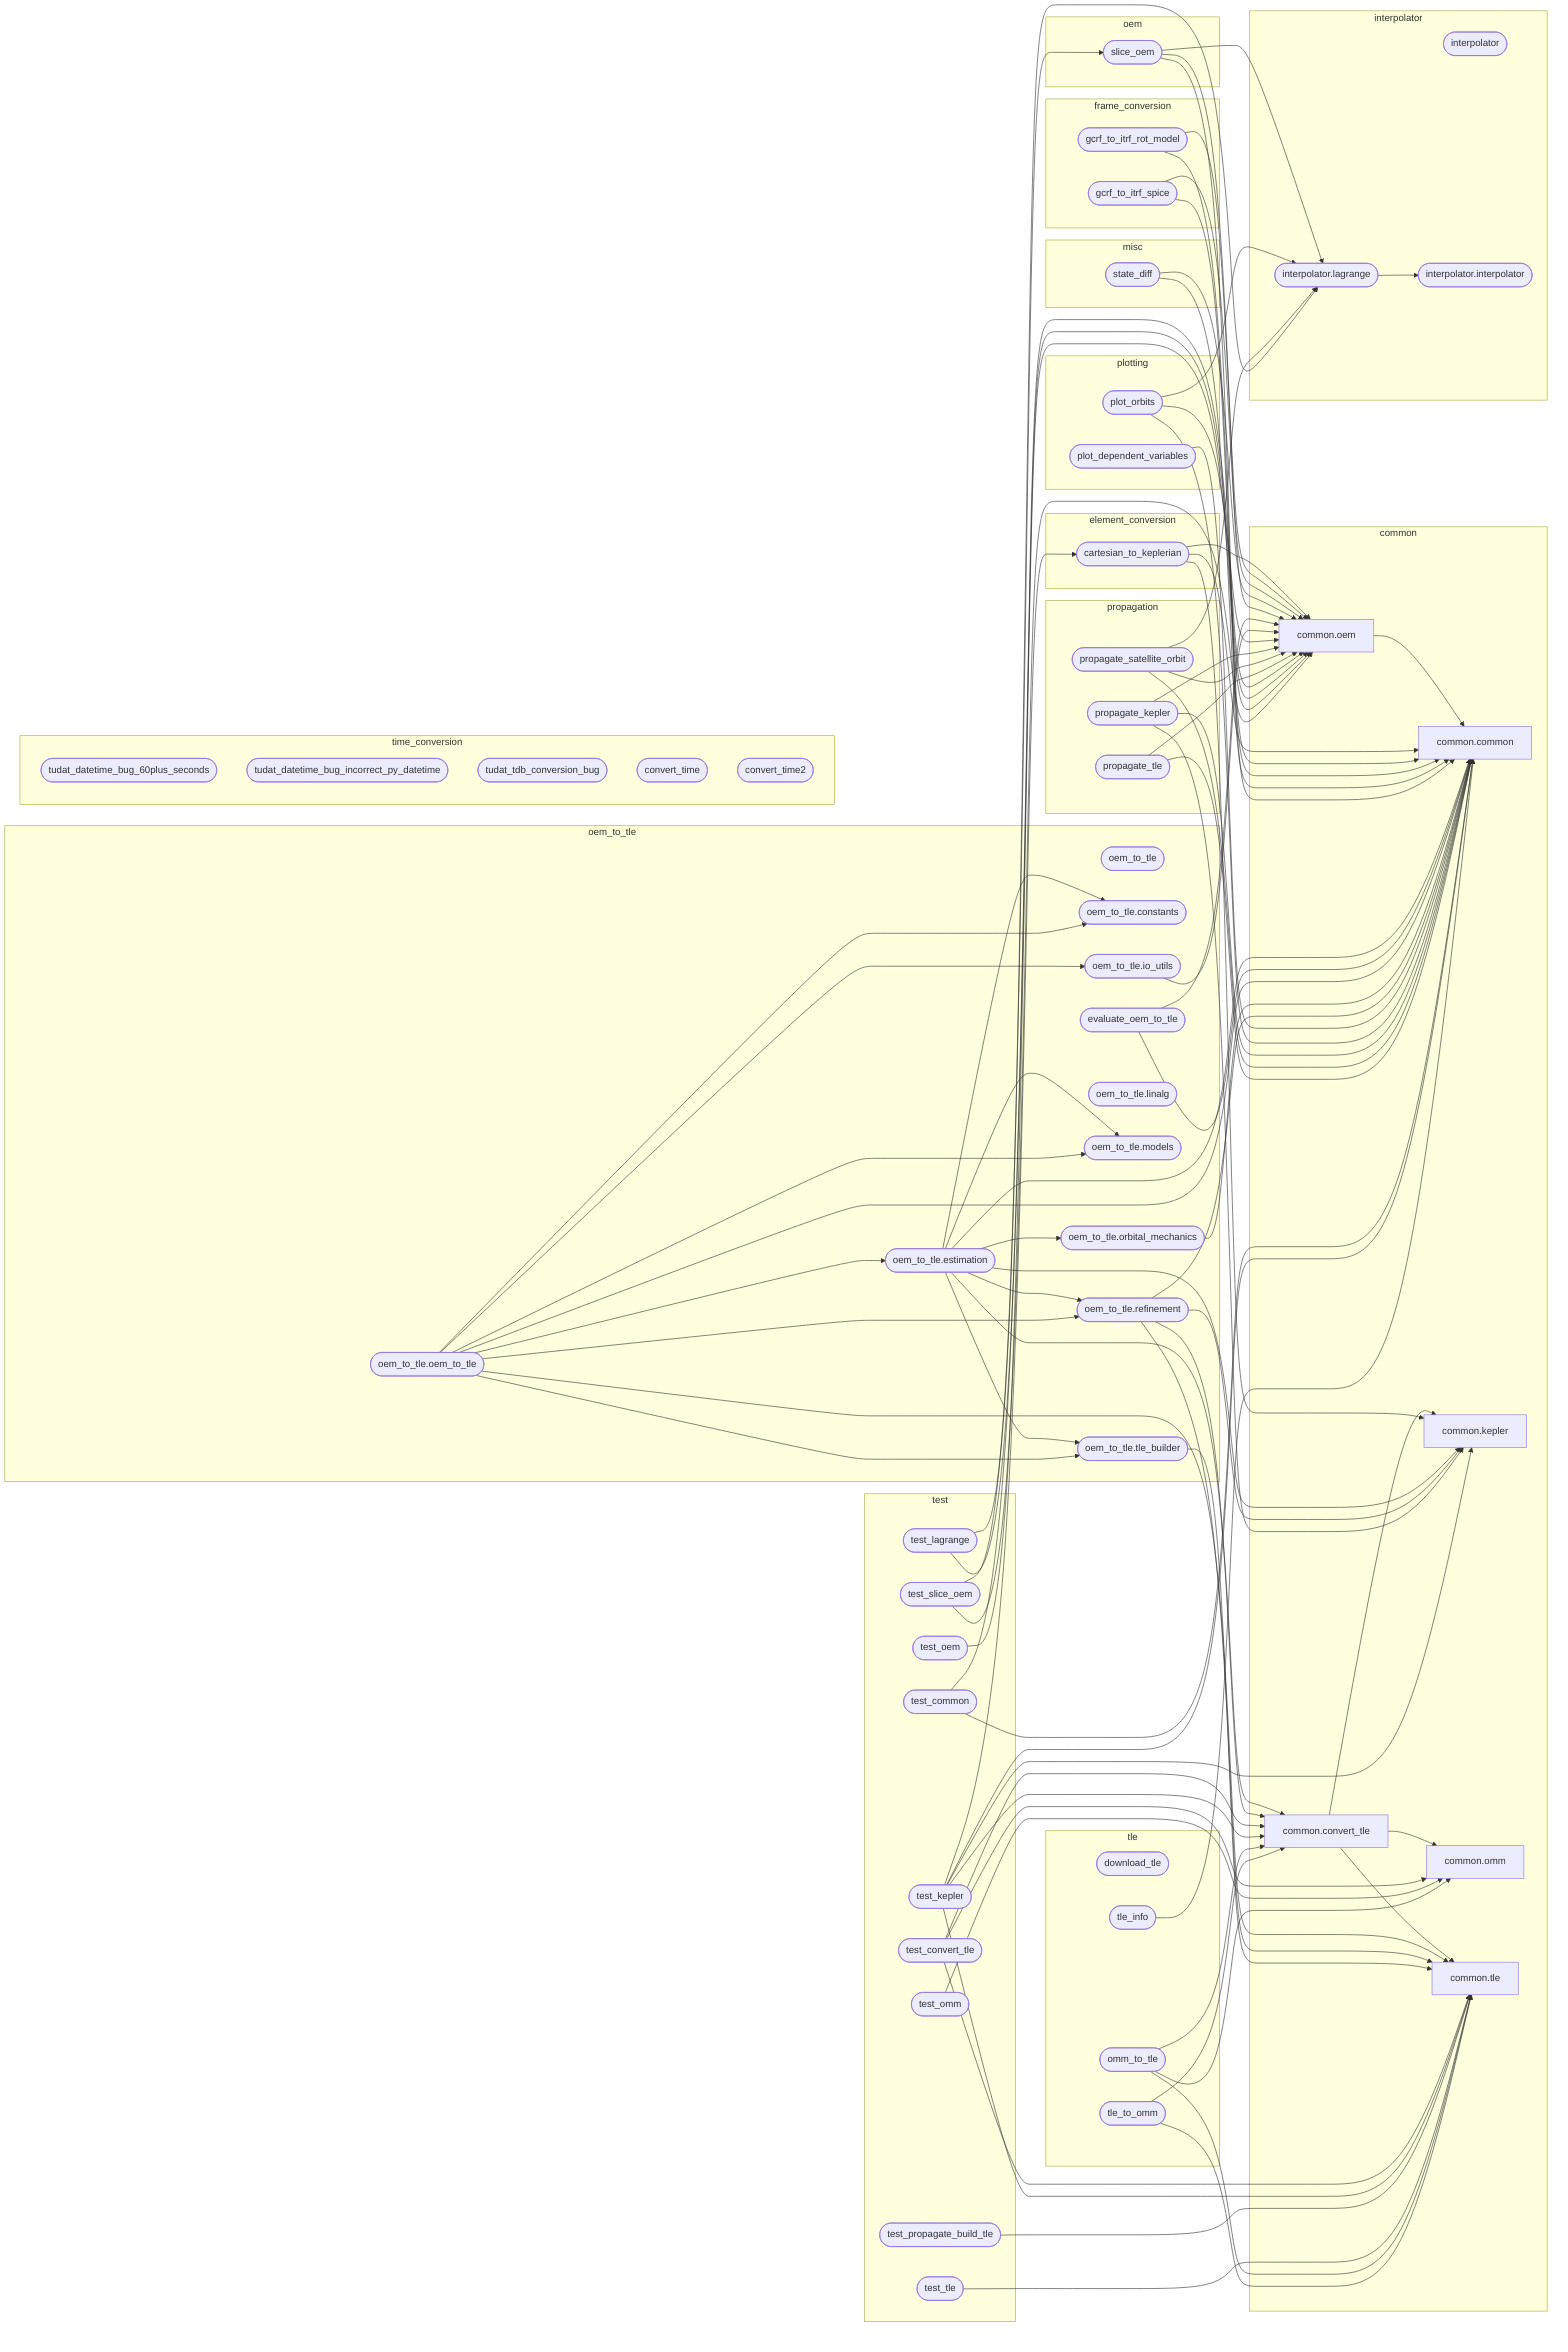
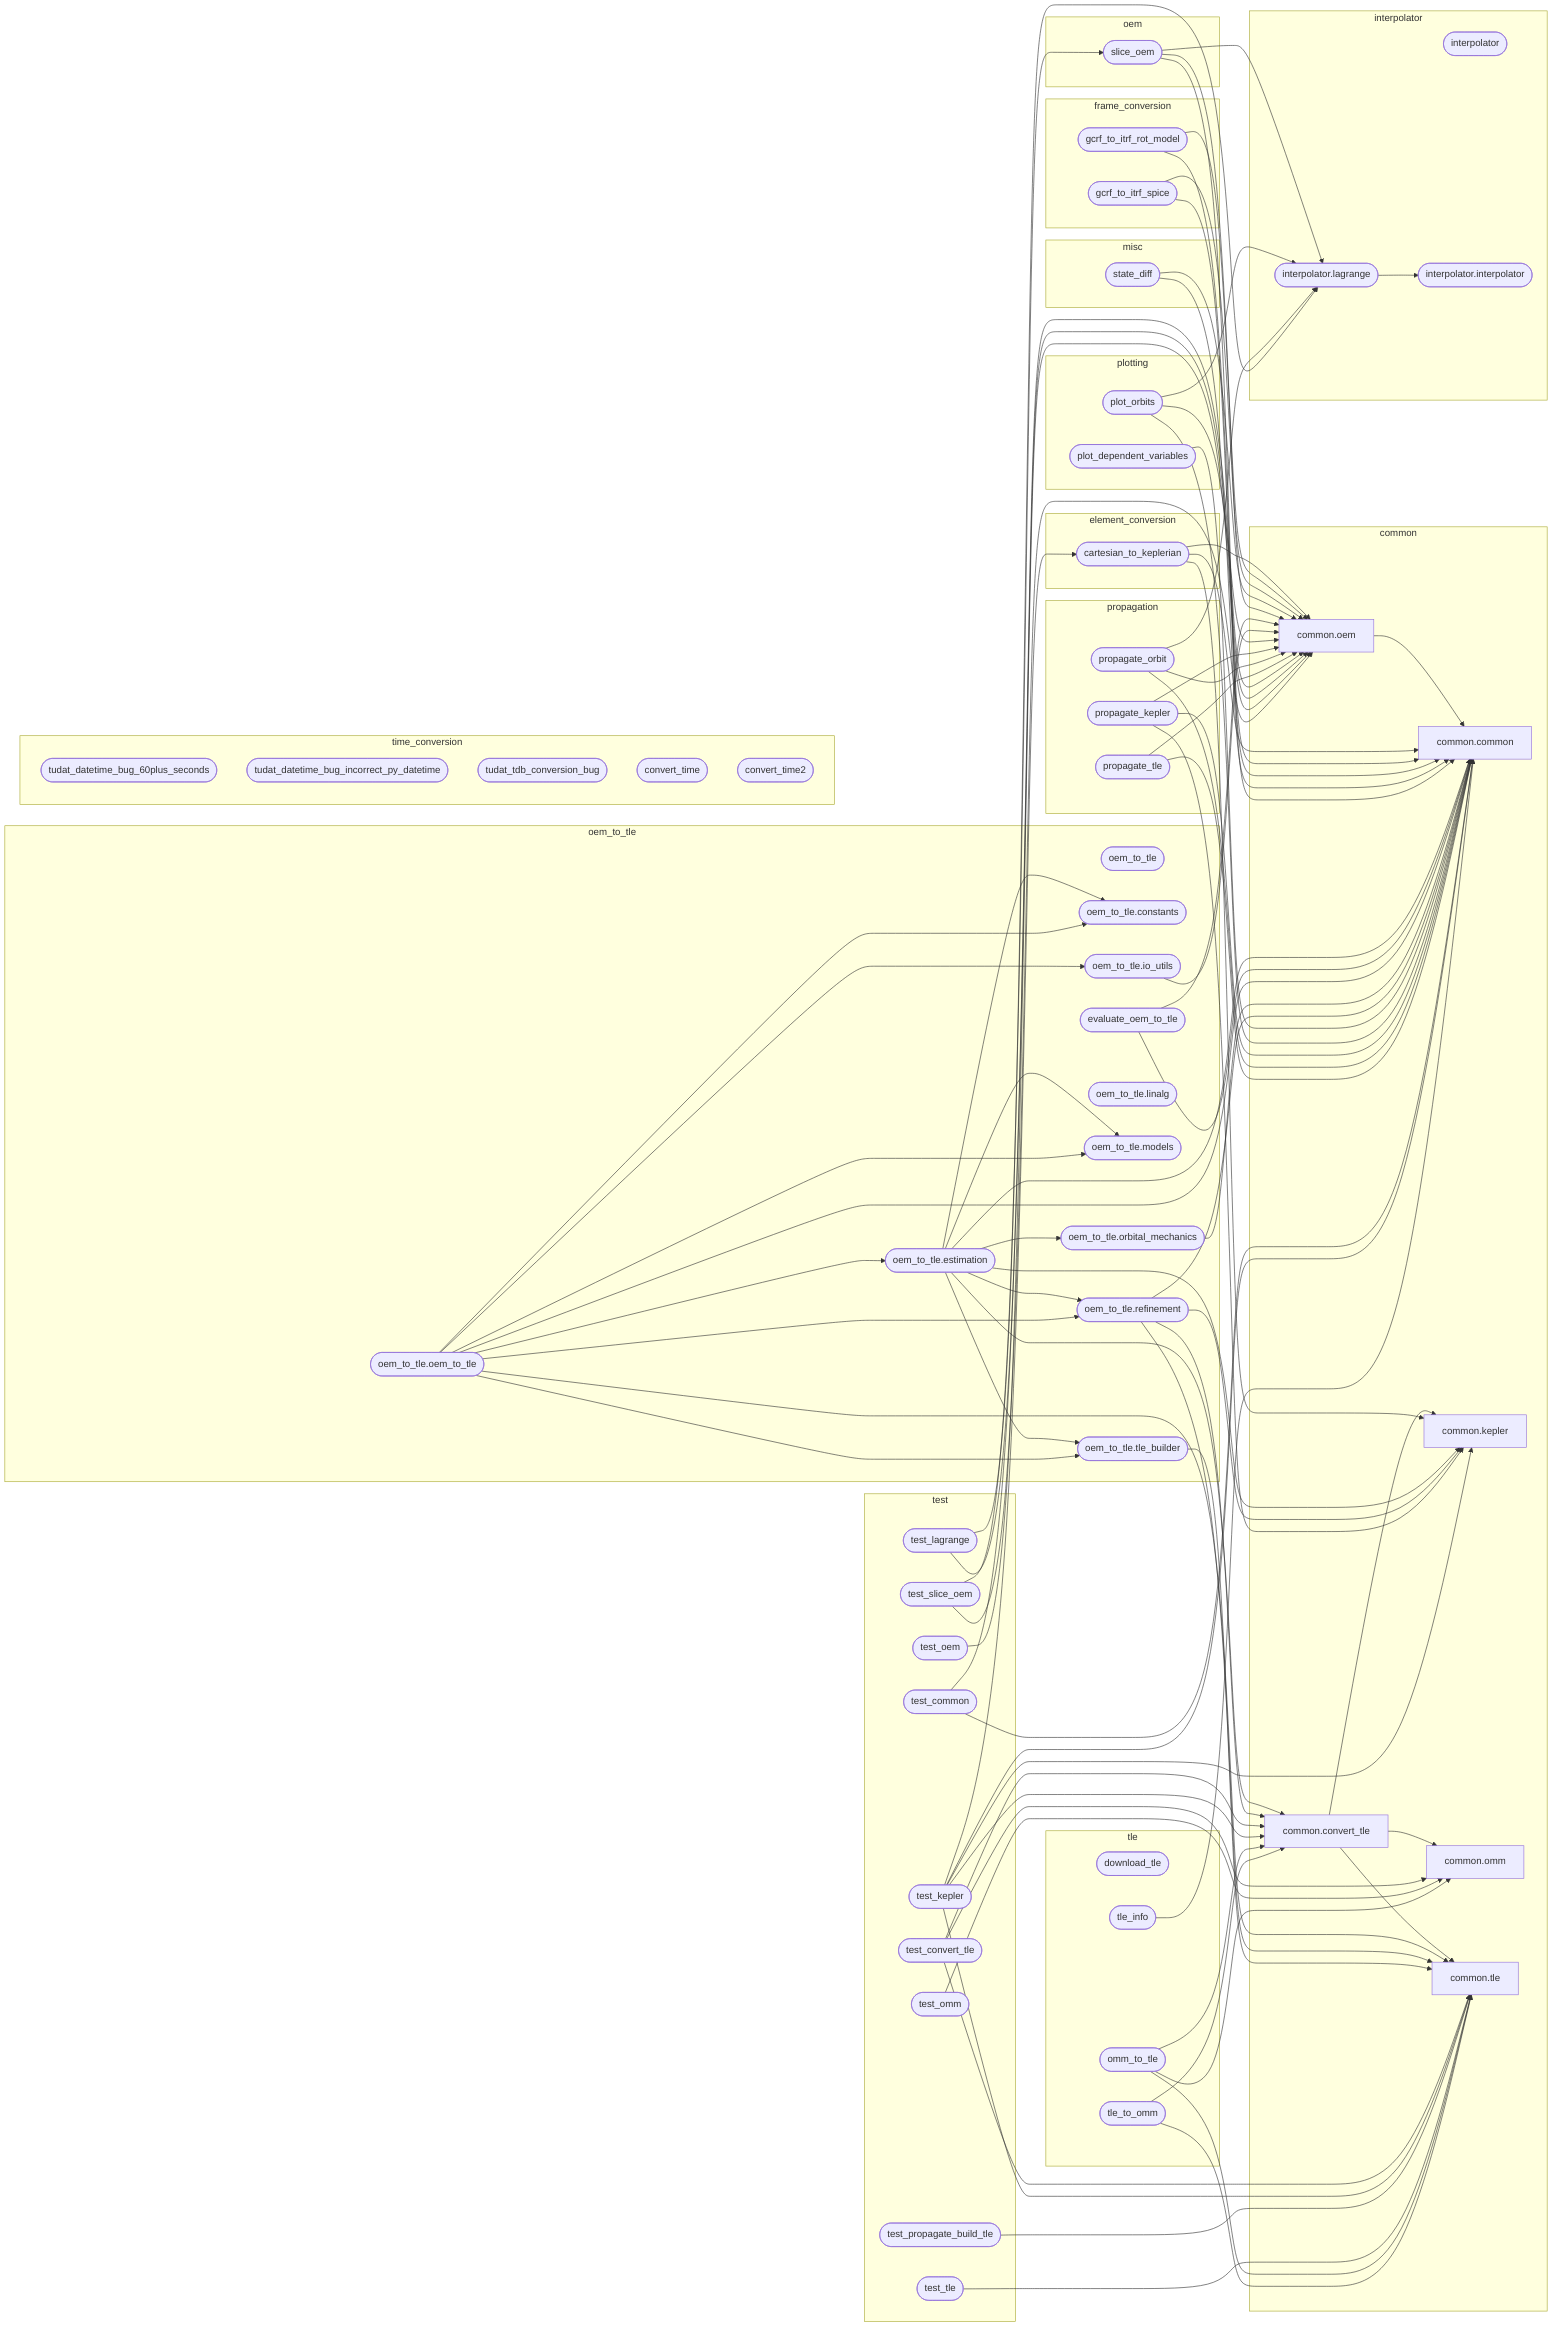
---
config:
  flowchart:
    curve: basis
---
graph LR

%% Internal Python module dependencies
%% Standalone scripts use stadium shape ([...])
%% Library modules use default rectangle shape [...]

    subgraph common
        mod_common_common[common.common]
        mod_common_convert_tle[common.convert_tle]
        mod_common_kepler[common.kepler]
        mod_common_oem[common.oem]
        mod_common_omm[common.omm]
        mod_common_tle[common.tle]
    end

    subgraph element_conversion
        mod_element_conversion_cartesian_to_keplerian([cartesian_to_keplerian])
    end

    subgraph frame_conversion
        mod_frame_conversion_gcrf_to_itrf_rot_model([gcrf_to_itrf_rot_model])
        mod_frame_conversion_gcrf_to_itrf_spice([gcrf_to_itrf_spice])
    end

    subgraph interpolator
        mod_interpolator_package([interpolator])
        mod_interpolator_interpolator([interpolator.interpolator])
        mod_interpolator_lagrange([interpolator.lagrange])
    end

    subgraph misc
        mod_misc_state_diff([state_diff])
    end

    subgraph oem
        mod_oem_slice_oem([slice_oem])
    end

    subgraph oem_to_tle
        mod_oem_to_tle_package([oem_to_tle])
        mod_oem_to_tle_constants([oem_to_tle.constants])
        mod_oem_to_tle_estimation([oem_to_tle.estimation])
        mod_oem_to_tle_evaluate_oem_to_tle([evaluate_oem_to_tle])
        mod_oem_to_tle_io_utils([oem_to_tle.io_utils])
        mod_oem_to_tle_linalg([oem_to_tle.linalg])
        mod_oem_to_tle_models([oem_to_tle.models])
        mod_oem_to_tle_oem_to_tle([oem_to_tle.oem_to_tle])
        mod_oem_to_tle_orbital_mechanics([oem_to_tle.orbital_mechanics])
        mod_oem_to_tle_refinement([oem_to_tle.refinement])
        mod_oem_to_tle_tle_builder([oem_to_tle.tle_builder])
    end

    subgraph plotting
        mod_plotting_plot_dependent_variables([plot_dependent_variables])
        mod_plotting_plot_orbits([plot_orbits])
    end

    subgraph propagation
        mod_propagation_propagate_kepler([propagate_kepler])
-         mod_propagation_propagate_satellite_orbit([propagate_satellite_orbit])
+         mod_propagation_propagate_satellite_orbit([propagate_orbit])
        mod_propagation_propagate_tle([propagate_tle])
    end

    subgraph test
        mod_test_test_common([test_common])
        mod_test_test_convert_tle([test_convert_tle])
        mod_test_test_kepler([test_kepler])
        mod_test_test_lagrange([test_lagrange])
        mod_test_test_oem([test_oem])
        mod_test_test_omm([test_omm])
        mod_test_test_propagate_build_tle([test_propagate_build_tle])
        mod_test_test_slice_oem([test_slice_oem])
        mod_test_test_tle([test_tle])
    end

    subgraph time_conversion
        mod_time_conversion_old_tudat_datetime_bug_60plus_seconds([tudat_datetime_bug_60plus_seconds])
        mod_time_conversion_old_tudat_datetime_bug_incorrect_py_datetime([tudat_datetime_bug_incorrect_py_datetime])
        mod_time_conversion_old_tudat_tdb_conversion_bug([tudat_tdb_conversion_bug])
        mod_time_conversion_tools_convert_time([convert_time])
        mod_time_conversion_tools_convert_time2([convert_time2])
    end

    subgraph tle
        mod_tle_download_tle([download_tle])
        mod_tle_omm_to_tle([omm_to_tle])
        mod_tle_tle_info([tle_info])
        mod_tle_tle_to_omm([tle_to_omm])
    end

    %% Edges
    mod_common_convert_tle --> mod_common_kepler
    mod_common_convert_tle --> mod_common_omm
    mod_common_convert_tle --> mod_common_tle
    mod_common_oem --> mod_common_common
    mod_element_conversion_cartesian_to_keplerian --> mod_common_common
    mod_element_conversion_cartesian_to_keplerian --> mod_common_kepler
    mod_element_conversion_cartesian_to_keplerian --> mod_common_oem
    mod_frame_conversion_gcrf_to_itrf_rot_model --> mod_common_common
    mod_frame_conversion_gcrf_to_itrf_rot_model --> mod_common_oem
    mod_frame_conversion_gcrf_to_itrf_spice --> mod_common_common
    mod_frame_conversion_gcrf_to_itrf_spice --> mod_common_oem
    mod_interpolator_lagrange --> mod_interpolator_interpolator
    mod_misc_state_diff --> mod_common_common
    mod_misc_state_diff --> mod_common_oem
    mod_oem_slice_oem --> mod_common_common
    mod_oem_slice_oem --> mod_common_oem
    mod_oem_slice_oem --> mod_interpolator_lagrange
    mod_oem_to_tle_estimation --> mod_common_common
    mod_oem_to_tle_estimation --> mod_common_convert_tle
    mod_oem_to_tle_estimation --> mod_common_kepler
    mod_oem_to_tle_estimation --> mod_oem_to_tle_constants
    mod_oem_to_tle_estimation --> mod_oem_to_tle_models
    mod_oem_to_tle_estimation --> mod_oem_to_tle_orbital_mechanics
    mod_oem_to_tle_estimation --> mod_oem_to_tle_refinement
    mod_oem_to_tle_estimation --> mod_oem_to_tle_tle_builder
    mod_oem_to_tle_evaluate_oem_to_tle --> mod_common_common
    mod_oem_to_tle_evaluate_oem_to_tle --> mod_common_oem
    mod_oem_to_tle_io_utils --> mod_common_oem
    mod_oem_to_tle_oem_to_tle --> mod_common_common
    mod_oem_to_tle_oem_to_tle --> mod_common_tle
    mod_oem_to_tle_oem_to_tle --> mod_oem_to_tle_constants
    mod_oem_to_tle_oem_to_tle --> mod_oem_to_tle_estimation
    mod_oem_to_tle_oem_to_tle --> mod_oem_to_tle_io_utils
    mod_oem_to_tle_oem_to_tle --> mod_oem_to_tle_models
    mod_oem_to_tle_oem_to_tle --> mod_oem_to_tle_refinement
    mod_oem_to_tle_oem_to_tle --> mod_oem_to_tle_tle_builder
    mod_oem_to_tle_orbital_mechanics --> mod_common_common
    mod_oem_to_tle_refinement --> mod_common_common
    mod_oem_to_tle_refinement --> mod_common_convert_tle
    mod_oem_to_tle_refinement --> mod_common_kepler
    mod_oem_to_tle_refinement --> mod_common_tle
    mod_oem_to_tle_tle_builder --> mod_common_tle
    mod_plotting_plot_dependent_variables --> mod_common_common
    mod_plotting_plot_orbits --> mod_common_common
    mod_plotting_plot_orbits --> mod_common_oem
    mod_plotting_plot_orbits --> mod_interpolator_lagrange
    mod_propagation_propagate_kepler --> mod_common_common
    mod_propagation_propagate_kepler --> mod_common_kepler
    mod_propagation_propagate_kepler --> mod_common_oem
    mod_propagation_propagate_satellite_orbit --> mod_common_common
    mod_propagation_propagate_satellite_orbit --> mod_common_oem
    mod_propagation_propagate_satellite_orbit --> mod_interpolator_lagrange
    mod_propagation_propagate_tle --> mod_common_common
    mod_propagation_propagate_tle --> mod_common_oem
    mod_test_test_common --> mod_common_common
    mod_test_test_common --> mod_common_oem
    mod_test_test_convert_tle --> mod_common_convert_tle
    mod_test_test_convert_tle --> mod_common_omm
    mod_test_test_convert_tle --> mod_common_tle
    mod_test_test_kepler --> mod_common_common
    mod_test_test_kepler --> mod_common_convert_tle
    mod_test_test_kepler --> mod_common_kepler
    mod_test_test_kepler --> mod_common_tle
    mod_test_test_kepler --> mod_element_conversion_cartesian_to_keplerian
    mod_test_test_lagrange --> mod_common_oem
    mod_test_test_lagrange --> mod_interpolator_lagrange
    mod_test_test_oem --> mod_common_oem
    mod_test_test_omm --> mod_common_omm
    mod_test_test_propagate_build_tle --> mod_common_tle
    mod_test_test_slice_oem --> mod_common_oem
    mod_test_test_slice_oem --> mod_oem_slice_oem
    mod_test_test_tle --> mod_common_tle
    mod_tle_omm_to_tle --> mod_common_convert_tle
    mod_tle_omm_to_tle --> mod_common_omm
    mod_tle_omm_to_tle --> mod_common_tle
    mod_tle_tle_info --> mod_common_common
    mod_tle_tle_to_omm --> mod_common_convert_tle
    mod_tle_tle_to_omm --> mod_common_tle
